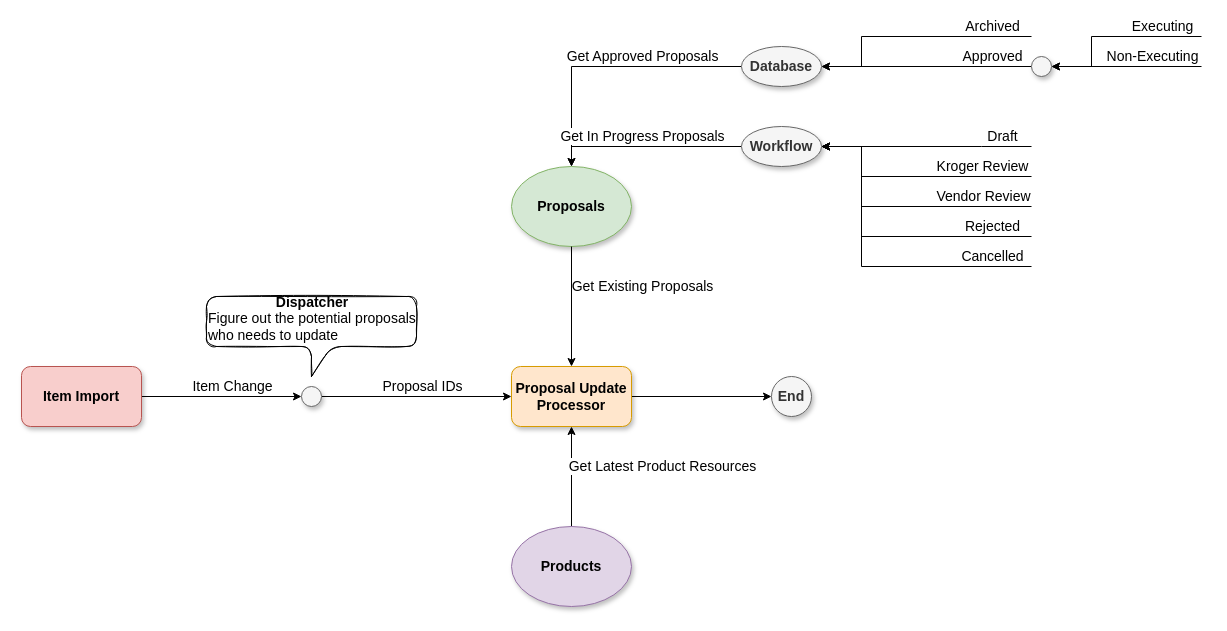
Earlier version of the draw.io diagram Auto Proposal Update Domain Relationship.drawio (dajin-kingland/UMLdiagrams). Source tidied: cells renumbered, new cells numbered last; positions are measured from the earlier drawing's top-left corner, leaving out a move shared by most shapes. Both pictures are drawn from the tidied source at 100%, with x=0, y=0 at pixel (21, 36).
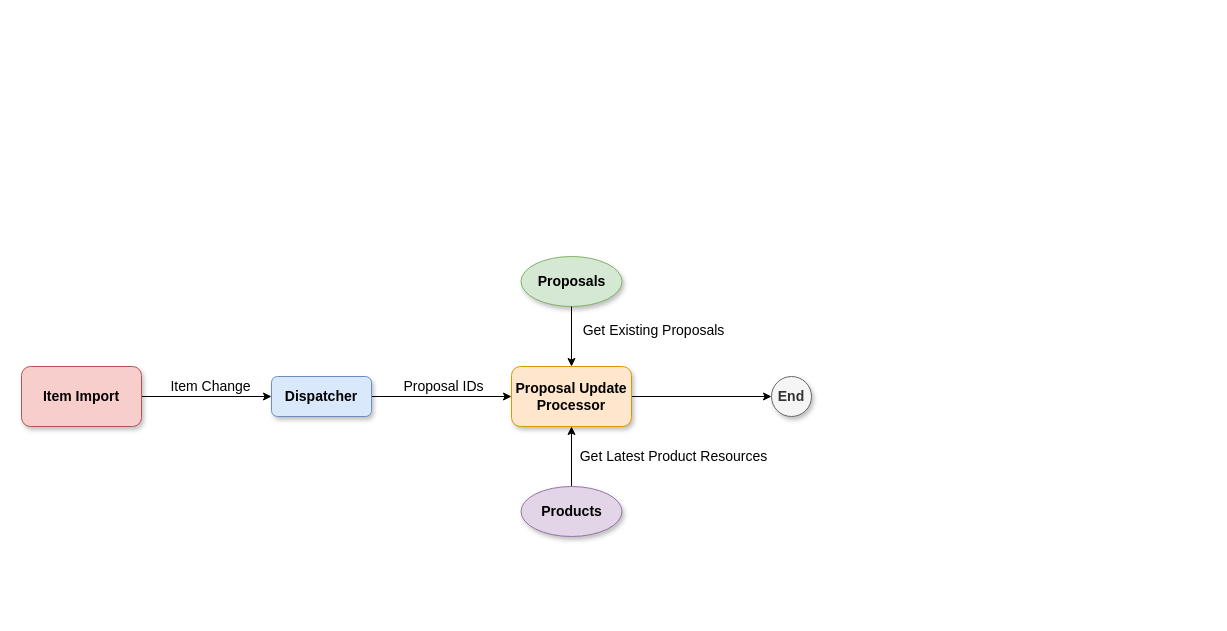
Above is the later version.

Unchanged cells that the change refers to:
```xml
<mxCell id="3" style="edgeStyle=orthogonalEdgeStyle;rounded=0;jumpSize=6;jettySize=auto;html=1;entryX=0.5;entryY=1;entryDx=0;entryDy=0;endArrow=classic;endFill=1;startSize=6;endSize=6;strokeColor=#000000;strokeWidth=1;shadow=0;sketch=0;fontFamily=Helvetica;verticalAlign=middle;fontSize=14;" parent="1" edge="1" source="5" target="34">
  <mxGeometry relative="1" as="geometry" />
</mxCell>
<mxCell id="6" style="endArrow=classic;html=1;edgeStyle=orthogonalEdgeStyle;strokeWidth=1;startSize=6;endSize=6;jumpSize=6;rounded=0;endFill=1;entryX=0.5;entryY=0;entryDx=0;entryDy=0;shadow=0;sketch=0;fontFamily=Helvetica;verticalAlign=middle;fontSize=14;" parent="1" edge="1" source="2" target="34">
  <mxGeometry relative="1" as="geometry" />
</mxCell>
<mxCell id="34" value="&lt;b&gt;Proposal Update Processor&lt;/b&gt;" style="rounded=1;whiteSpace=wrap;html=1;fillColor=#ffe6cc;strokeColor=#d79b00;shadow=1;sketch=0;fontFamily=Helvetica;verticalAlign=middle;fontSize=14;" parent="1" vertex="1">
  <mxGeometry x="490" y="330" width="120" height="60" as="geometry" />
</mxCell>
<mxCell id="41" value="&lt;b&gt;Item Import&lt;/b&gt;" style="rounded=1;whiteSpace=wrap;html=1;shadow=1;labelBackgroundColor=none;sketch=0;fontFamily=Helvetica;fontSize=14;verticalAlign=middle;fillColor=#f8cecc;strokeColor=#b85450;glass=0;" parent="1" vertex="1">
  <mxGeometry y="330" width="120" height="60" as="geometry" />
</mxCell>
```

Diff of the diagram source:
```diff
@@
     <mxCell id="2" value="&lt;b&gt;Proposals&lt;/b&gt;" style="ellipse;whiteSpace=wrap;html=1;fillColor=#d5e8d4;strokeColor=#82b366;shadow=1;sketch=0;fontFamily=Helvetica;verticalAlign=middle;fontSize=14;" parent="1" vertex="1">
-      <mxGeometry x="490" y="130" width="120" height="80" as="geometry" />
+      <mxGeometry x="499.5" y="220" width="101" height="50" as="geometry" />
     </mxCell>
@@
     <mxCell id="4" value="Get Latest Product Resources" style="edgeLabel;html=1;align=center;verticalAlign=bottom;fontFamily=Helvetica;fontSize=14;labelBackgroundColor=#ffffff;" parent="3" vertex="1">
       <mxGeometry x="-0.3" relative="1" as="geometry">
-        <mxPoint x="90" y="-15" as="offset" />
+        <mxPoint x="101" y="1" as="offset" />
       </mxGeometry>
     </mxCell>
     <mxCell id="5" value="&lt;b&gt;Products&lt;/b&gt;" style="ellipse;whiteSpace=wrap;html=1;fillColor=#e1d5e7;strokeColor=#9673a6;shadow=1;sketch=0;fontFamily=Helvetica;verticalAlign=middle;fontSize=14;" parent="1" vertex="1">
-      <mxGeometry x="490" y="490" width="120" height="80" as="geometry" />
+      <mxGeometry x="499.5" y="450" width="101" height="50" as="geometry" />
     </mxCell>
@@
     <mxCell id="7" value="Get Existing Proposals" style="edgeLabel;html=1;align=center;verticalAlign=bottom;fontFamily=Helvetica;fontSize=14;" parent="6" vertex="1">
       <mxGeometry x="-0.42" y="1" relative="1" as="geometry">
-        <mxPoint x="69" y="15" as="offset" />
+        <mxPoint x="80" y="17" as="offset" />
       </mxGeometry>
     </mxCell>
-    <mxCell id="8" style="edgeStyle=orthogonalEdgeStyle;rounded=0;jumpSize=6;jettySize=auto;html=1;endArrow=classic;endFill=1;startSize=6;endSize=6;strokeColor=#000000;strokeWidth=1;exitX=0;exitY=0.5;exitDx=0;exitDy=0;shadow=0;sketch=0;fontFamily=Helvetica;verticalAlign=middle;fontSize=14;" parent="1" edge="1" source="10" target="2">
-      <mxGeometry relative="1" as="geometry" />
-    </mxCell>
-    <mxCell id="9" value="Get Approved Proposals" style="edgeLabel;html=1;align=center;verticalAlign=bottom;fontSize=14;fontFamily=Helvetica;" parent="8" vertex="1">
-      <mxGeometry x="-0.19" y="-2" relative="1" as="geometry">
-        <mxPoint x="9" y="2" as="offset" />
-      </mxGeometry>
-    </mxCell>
-    <mxCell id="10" value="&lt;b&gt;Database&lt;/b&gt;" style="ellipse;whiteSpace=wrap;html=1;fillColor=#f5f5f5;strokeColor=#666666;fontColor=#333333;shadow=1;sketch=0;fontFamily=Helvetica;verticalAlign=middle;fontSize=14;" parent="1" vertex="1">
-      <mxGeometry x="720" y="10" width="80" height="40" as="geometry" />
-    </mxCell>
-    <mxCell id="11" style="edgeStyle=orthogonalEdgeStyle;rounded=0;jumpSize=6;jettySize=auto;html=1;endArrow=classic;endFill=1;startSize=6;endSize=6;strokeColor=#000000;strokeWidth=1;shadow=0;sketch=0;fontFamily=Helvetica;verticalAlign=middle;fontSize=14;" parent="1" edge="1" source="13">
-      <mxGeometry relative="1" as="geometry">
-        <mxPoint x="550" y="130" as="targetPoint" />
-        <Array as="points">
-          <mxPoint x="550" y="110" />
-        </Array>
-      </mxGeometry>
-    </mxCell>
-    <mxCell id="12" value="Get In Progress Proposals" style="edgeLabel;html=1;align=center;verticalAlign=bottom;fontSize=14;fontFamily=Helvetica;" parent="11" vertex="1">
-      <mxGeometry x="-0.69" y="-2" relative="1" as="geometry">
-        <mxPoint x="-71" y="2" as="offset" />
-      </mxGeometry>
-    </mxCell>
-    <mxCell id="13" value="&lt;b&gt;Workflow&lt;/b&gt;" style="ellipse;whiteSpace=wrap;html=1;fillColor=#f5f5f5;strokeColor=#666666;fontColor=#333333;shadow=1;sketch=0;fontFamily=Helvetica;verticalAlign=middle;fontSize=14;" parent="1" vertex="1">
-      <mxGeometry x="720" y="90" width="80" height="40" as="geometry" />
-    </mxCell>
-    <mxCell id="14" style="endArrow=classic;html=1;edgeStyle=orthogonalEdgeStyle;strokeWidth=1;startSize=6;endSize=6;jumpSize=6;rounded=0;endFill=1;entryX=1;entryY=0.5;entryDx=0;entryDy=0;exitX=0;exitY=0.5;exitDx=0;exitDy=0;shadow=0;sketch=0;fontFamily=Helvetica;verticalAlign=middle;fontSize=14;" parent="1" edge="1" source="22" target="10">
-      <mxGeometry relative="1" as="geometry" />
-    </mxCell>
-    <mxCell id="15" value="Approved" style="edgeLabel;html=1;align=center;verticalAlign=bottom;fontFamily=Helvetica;fontSize=14;" parent="14" vertex="1">
-      <mxGeometry x="-0.42" y="1" relative="1" as="geometry">
-        <mxPoint x="21" y="-1" as="offset" />
-      </mxGeometry>
-    </mxCell>
-    <mxCell id="16" style="endArrow=classic;html=1;edgeStyle=orthogonalEdgeStyle;strokeWidth=1;startSize=6;endSize=6;jumpSize=6;rounded=0;endFill=1;entryX=1;entryY=0.5;entryDx=0;entryDy=0;shadow=0;sketch=0;fontFamily=Helvetica;verticalAlign=middle;fontSize=14;" parent="1" edge="1" target="10">
-      <mxGeometry relative="1" as="geometry">
-        <mxPoint x="1010" as="sourcePoint" />
-        <Array as="points">
-          <mxPoint x="840" />
-          <mxPoint x="840" y="30" />
-        </Array>
-      </mxGeometry>
-    </mxCell>
-    <mxCell id="17" value="Archived" style="edgeLabel;html=1;align=center;verticalAlign=bottom;fontFamily=Helvetica;fontSize=14;" parent="16" vertex="1">
-      <mxGeometry x="-0.42" y="1" relative="1" as="geometry">
-        <mxPoint x="30" y="-1" as="offset" />
-      </mxGeometry>
-    </mxCell>
-    <mxCell id="18" style="endArrow=classic;html=1;edgeStyle=orthogonalEdgeStyle;strokeWidth=1;startSize=6;endSize=6;jumpSize=6;rounded=0;endFill=1;entryX=1;entryY=0.5;entryDx=0;entryDy=0;shadow=0;sketch=0;fontFamily=Helvetica;verticalAlign=bottom;fontSize=14;" parent="1" edge="1" target="22">
-      <mxGeometry relative="1" as="geometry">
-        <mxPoint x="1180" as="sourcePoint" />
-        <Array as="points">
-          <mxPoint x="1070" />
-          <mxPoint x="1070" y="30" />
-        </Array>
-      </mxGeometry>
-    </mxCell>
-    <mxCell id="19" value="Executing" style="edgeLabel;html=1;align=center;verticalAlign=bottom;fontFamily=Helvetica;fontSize=14;" parent="18" vertex="1">
-      <mxGeometry x="-0.42" y="1" relative="1" as="geometry">
-        <mxPoint x="12" y="-1" as="offset" />
-      </mxGeometry>
-    </mxCell>
-    <mxCell id="20" style="endArrow=classic;html=1;edgeStyle=orthogonalEdgeStyle;strokeWidth=1;startSize=6;endSize=6;jumpSize=6;rounded=0;endFill=1;entryX=1;entryY=0.5;entryDx=0;entryDy=0;shadow=0;sketch=0;fontFamily=Helvetica;verticalAlign=bottom;fontSize=14;" parent="1" edge="1" target="22">
-      <mxGeometry relative="1" as="geometry">
-        <mxPoint x="1180" y="30" as="sourcePoint" />
-        <Array as="points">
-          <mxPoint x="1180" y="30" />
-        </Array>
-      </mxGeometry>
-    </mxCell>
-    <mxCell id="21" value="Non-Executing" style="edgeLabel;html=1;align=center;verticalAlign=bottom;fontFamily=Helvetica;fontSize=14;" parent="20" vertex="1">
-      <mxGeometry x="-0.42" y="1" relative="1" as="geometry">
-        <mxPoint x="-6" y="-1" as="offset" />
-      </mxGeometry>
-    </mxCell>
-    <mxCell id="22" style="ellipse;whiteSpace=wrap;html=1;fillColor=#f5f5f5;strokeColor=#666666;fontColor=#333333;shadow=1;sketch=0;fontFamily=Helvetica;verticalAlign=bottom;fontSize=14;" parent="1" vertex="1">
-      <mxGeometry x="1010" y="20" width="20" height="20" as="geometry" />
-    </mxCell>
-    <mxCell id="23" style="endArrow=classic;html=1;edgeStyle=orthogonalEdgeStyle;strokeWidth=1;startSize=6;endSize=6;jumpSize=6;rounded=0;endFill=1;entryX=1;entryY=0.5;entryDx=0;entryDy=0;shadow=0;sketch=0;fontFamily=Helvetica;verticalAlign=middle;fontSize=14;" parent="1" edge="1" target="13">
-      <mxGeometry relative="1" as="geometry">
-        <mxPoint x="1010" y="110" as="sourcePoint" />
-        <Array as="points">
-          <mxPoint x="960" y="110" />
-          <mxPoint x="960" y="110" />
-        </Array>
-      </mxGeometry>
-    </mxCell>
-    <mxCell id="24" value="Draft" style="edgeLabel;html=1;align=center;verticalAlign=bottom;fontFamily=Helvetica;fontSize=14;" parent="23" vertex="1">
-      <mxGeometry x="-0.42" y="1" relative="1" as="geometry">
-        <mxPoint x="31" y="-1" as="offset" />
-      </mxGeometry>
-    </mxCell>
-    <mxCell id="25" style="endArrow=classic;html=1;edgeStyle=orthogonalEdgeStyle;strokeWidth=1;startSize=6;endSize=6;jumpSize=6;rounded=0;endFill=1;shadow=0;sketch=0;fontFamily=Helvetica;verticalAlign=middle;fontSize=14;" parent="1" edge="1">
-      <mxGeometry relative="1" as="geometry">
-        <mxPoint x="1010" y="140" as="sourcePoint" />
-        <mxPoint x="800" y="110" as="targetPoint" />
-        <Array as="points">
-          <mxPoint x="1010" y="140" />
-          <mxPoint x="840" y="140" />
-          <mxPoint x="840" y="110" />
-        </Array>
-      </mxGeometry>
-    </mxCell>
-    <mxCell id="26" value="Kroger Review" style="edgeLabel;html=1;align=center;verticalAlign=bottom;fontFamily=Helvetica;fontSize=14;" parent="25" vertex="1">
-      <mxGeometry x="-0.42" y="1" relative="1" as="geometry">
-        <mxPoint x="20" y="-1" as="offset" />
-      </mxGeometry>
-    </mxCell>
-    <mxCell id="27" style="endArrow=classic;html=1;edgeStyle=orthogonalEdgeStyle;strokeWidth=1;startSize=6;endSize=6;jumpSize=6;rounded=0;endFill=1;entryX=1;entryY=0.5;entryDx=0;entryDy=0;shadow=0;sketch=0;fontFamily=Helvetica;verticalAlign=middle;fontSize=14;" parent="1" edge="1" target="13">
-      <mxGeometry relative="1" as="geometry">
-        <mxPoint x="1010" y="170" as="sourcePoint" />
-        <Array as="points">
-          <mxPoint x="1010" y="170" />
-          <mxPoint x="840" y="170" />
-          <mxPoint x="840" y="110" />
-        </Array>
-      </mxGeometry>
-    </mxCell>
-    <mxCell id="28" value="Vendor Review" style="edgeLabel;html=1;align=center;verticalAlign=bottom;fontFamily=Helvetica;fontSize=14;" parent="27" vertex="1">
-      <mxGeometry x="-0.42" y="1" relative="1" as="geometry">
-        <mxPoint x="29" y="-1" as="offset" />
-      </mxGeometry>
-    </mxCell>
-    <mxCell id="29" style="endArrow=classic;html=1;edgeStyle=orthogonalEdgeStyle;strokeWidth=1;startSize=6;endSize=6;jumpSize=6;rounded=0;endFill=1;entryX=1;entryY=0.5;entryDx=0;entryDy=0;shadow=0;sketch=0;fontFamily=Helvetica;verticalAlign=middle;fontSize=14;" parent="1" edge="1" target="13">
-      <mxGeometry relative="1" as="geometry">
-        <mxPoint x="1010" y="200" as="sourcePoint" />
-        <Array as="points">
-          <mxPoint x="1010" y="200" />
-          <mxPoint x="840" y="200" />
-          <mxPoint x="840" y="110" />
-        </Array>
-      </mxGeometry>
-    </mxCell>
-    <mxCell id="30" value="Rejected" style="edgeLabel;html=1;align=center;verticalAlign=bottom;fontFamily=Helvetica;fontSize=14;" parent="29" vertex="1">
-      <mxGeometry x="-0.42" y="1" relative="1" as="geometry">
-        <mxPoint x="47" y="-1" as="offset" />
-      </mxGeometry>
-    </mxCell>
-    <mxCell id="31" style="endArrow=classic;html=1;edgeStyle=orthogonalEdgeStyle;strokeWidth=1;startSize=6;endSize=6;jumpSize=6;rounded=0;endFill=1;shadow=0;sketch=0;fontFamily=Helvetica;verticalAlign=middle;fontSize=14;" parent="1" edge="1">
-      <mxGeometry relative="1" as="geometry">
-        <mxPoint x="1010" y="230" as="sourcePoint" />
-        <mxPoint x="800" y="110" as="targetPoint" />
-        <Array as="points">
-          <mxPoint x="1010" y="230" />
-          <mxPoint x="840" y="230" />
-          <mxPoint x="840" y="110" />
-        </Array>
-      </mxGeometry>
-    </mxCell>
-    <mxCell id="32" value="Cancelled" style="edgeLabel;html=1;align=center;verticalAlign=bottom;fontFamily=Helvetica;fontSize=14;" parent="31" vertex="1">
-      <mxGeometry x="-0.42" y="1" relative="1" as="geometry">
-        <mxPoint x="56" y="-1" as="offset" />
-      </mxGeometry>
-    </mxCell>
@@
-    <mxCell id="35" style="edgeStyle=orthogonalEdgeStyle;jumpSize=6;jettySize=auto;html=1;endArrow=classic;endFill=1;startSize=6;endSize=6;strokeColor=#000000;strokeWidth=1;rounded=0;shadow=0;sketch=0;fontFamily=Helvetica;verticalAlign=middle;fontSize=14;" parent="1" edge="1" source="37" target="34">
+    <mxCell id="35" style="edgeStyle=orthogonalEdgeStyle;jumpSize=6;jettySize=auto;html=1;endArrow=classic;endFill=1;startSize=6;endSize=6;strokeColor=#000000;strokeWidth=1;rounded=0;shadow=0;sketch=0;fontFamily=Helvetica;verticalAlign=middle;fontSize=14;exitX=1;exitY=0.5;exitDx=0;exitDy=0;" parent="1" edge="1" source="43" target="34">
       <mxGeometry relative="1" as="geometry" />
     </mxCell>
     <mxCell id="36" value="Proposal IDs" style="edgeLabel;html=1;align=center;verticalAlign=bottom;fontSize=14;fontFamily=Helvetica;" parent="35" vertex="1">
       <mxGeometry x="-0.3" y="2" relative="1" as="geometry">
-        <mxPoint x="33" y="2" as="offset" />
+        <mxPoint x="22" y="2" as="offset" />
       </mxGeometry>
     </mxCell>
-    <mxCell id="37" style="ellipse;whiteSpace=wrap;html=1;fillColor=#f5f5f5;strokeColor=#666666;fontColor=#333333;shadow=1;sketch=0;fontFamily=Helvetica;verticalAlign=middle;fontSize=14;" parent="1" vertex="1">
-      <mxGeometry x="280" y="350" width="20" height="20" as="geometry" />
-    </mxCell>
@@
-    <mxCell id="39" style="edgeStyle=orthogonalEdgeStyle;rounded=0;sketch=0;jumpSize=6;jettySize=auto;html=1;entryX=0;entryY=0.5;entryDx=0;entryDy=0;shadow=0;fontFamily=Helvetica;fontSize=14;endArrow=classic;endFill=1;startSize=6;endSize=6;strokeColor=#000000;strokeWidth=1;verticalAlign=middle;" parent="1" edge="1" source="41" target="37">
+    <mxCell id="39" style="edgeStyle=orthogonalEdgeStyle;rounded=0;sketch=0;jumpSize=6;jettySize=auto;html=1;shadow=0;fontFamily=Helvetica;fontSize=14;endArrow=classic;endFill=1;startSize=6;endSize=6;strokeColor=#000000;strokeWidth=1;verticalAlign=middle;entryX=0;entryY=0.5;entryDx=0;entryDy=0;" parent="1" edge="1" source="41" target="43">
       <mxGeometry relative="1" as="geometry" />
     </mxCell>
     <mxCell id="40" value="Item Change" style="edgeLabel;html=1;align=center;verticalAlign=bottom;fontSize=14;fontFamily=Helvetica;" parent="39" vertex="1">
       <mxGeometry x="-0.21" relative="1" as="geometry">
-        <mxPoint x="27" as="offset" />
+        <mxPoint x="17" as="offset" />
       </mxGeometry>
     </mxCell>
@@
-    <mxCell id="42" value="&lt;div style=&quot;text-align: center&quot;&gt;&lt;span&gt;&lt;b style=&quot;line-height: 120%&quot;&gt;&lt;font&gt;Dispatcher&lt;/font&gt;&lt;/b&gt;&lt;/span&gt;&lt;/div&gt;&lt;div&gt;&lt;span&gt;&lt;span style=&quot;line-height: 120%&quot;&gt;&lt;font&gt;Figure out the potential proposals who needs to update&lt;/font&gt;&lt;/span&gt;&lt;/span&gt;&lt;/div&gt;" style="shape=callout;whiteSpace=wrap;html=1;perimeter=calloutPerimeter;shadow=0;glass=0;labelBackgroundColor=none;sketch=1;fontFamily=Helvetica;fontSize=14;verticalAlign=bottom;rounded=1;align=left;perimeterSpacing=0;" parent="1" vertex="1">
-      <mxGeometry x="185" y="260" width="210" height="80" as="geometry" />
-    </mxCell>
+    <mxCell id="43" value="&lt;font style=&quot;font-size: 14px&quot;&gt;&lt;b&gt;Dispatcher&lt;/b&gt;&lt;/font&gt;" style="rounded=1;whiteSpace=wrap;html=1;shadow=1;glass=0;sketch=0;strokeColor=#6c8ebf;fillColor=#dae8fc;verticalAlign=middle;" parent="1" vertex="1">
+      <mxGeometry x="250" y="340" width="100" height="40" as="geometry" />
+    </mxCell>
```
